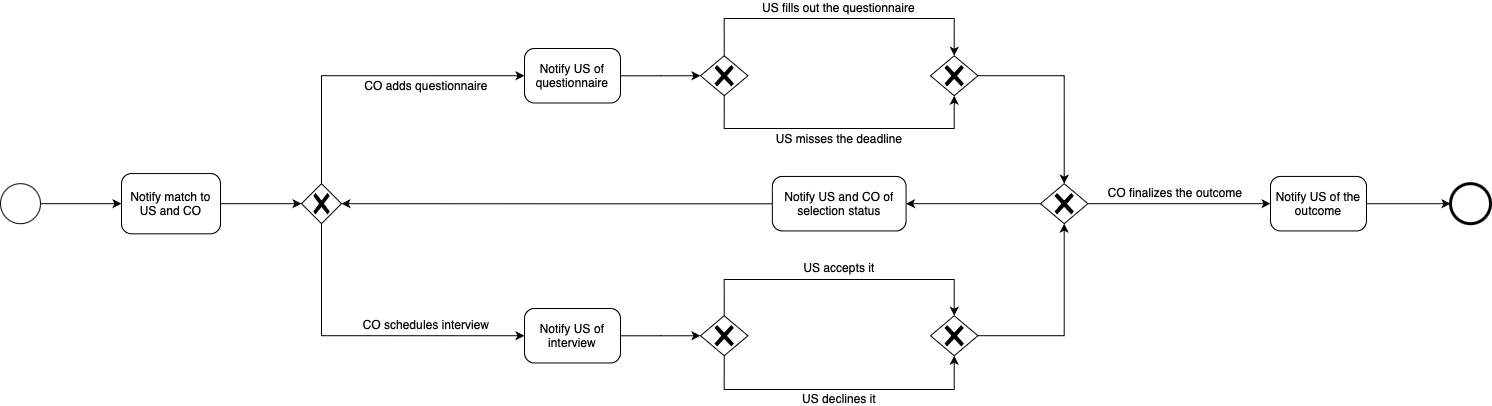
This is RASD/images/state-diagrams/selection-process.png from andreacarrara-polimi/RDD-SE2-POLIMI, a draw.io export, as it was before one commit. Source tidied: cells renumbered, new cells last; positions are measured from the earlier drawing's top-left corner, leaving out a move shared by most shapes.
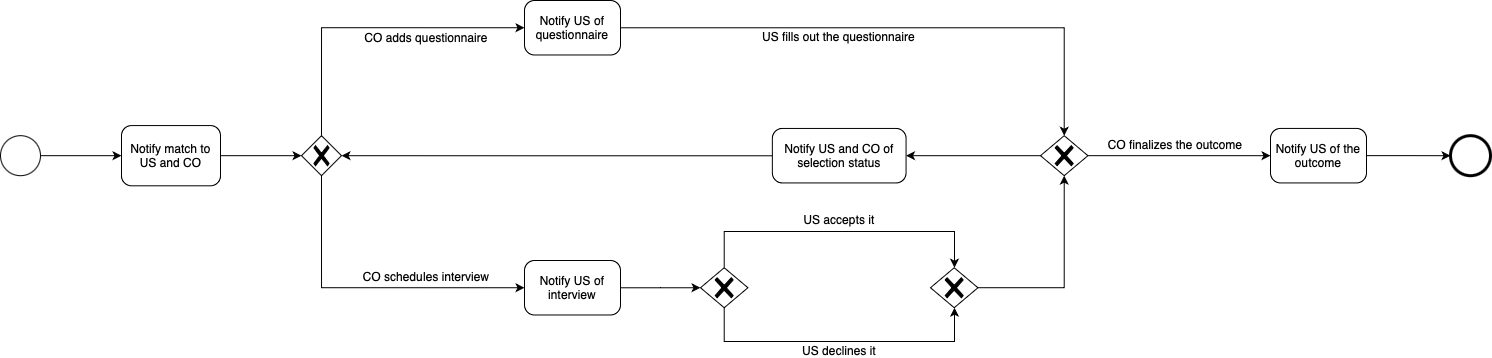
After the change.

The edit, as a diff of the source:
```diff
@@ -38,49 +38,21 @@
     <mxCell id="13" style="edgeStyle=orthogonalEdgeStyle;rounded=0;jettySize=auto;html=1;entryX=0;entryY=0.5;entryDx=0;entryDy=0;entryPerimeter=0;" parent="1" edge="1" source="12" target="11">
       <mxGeometry relative="1" as="geometry" />
     </mxCell>
-    <mxCell id="14" style="points=[[0.25,0.25,0],[0.5,0,0],[0.75,0.25,0],[1,0.5,0],[0.75,0.75,0],[0.5,1,0],[0.25,0.75,0],[0,0.5,0]];shape=mxgraph.bpmn.gateway2;html=1;verticalLabelPosition=bottom;labelBackgroundColor=#ffffff;verticalAlign=top;align=center;perimeter=rhombusPerimeter;outlineConnect=0;outline=none;symbol=none;gwType=exclusive;" parent="1" vertex="1">
-      <mxGeometry x="700" y="53.2" width="47.4" height="40" as="geometry" />
-    </mxCell>
     <mxCell id="15" value="&lt;font&gt;US fills out the questionnaire&lt;/font&gt;" style="text;html=1;strokeColor=none;fillColor=none;align=center;verticalAlign=middle;whiteSpace=wrap;rounded=0;" parent="1" vertex="1">
-      <mxGeometry x="760" width="157.4" height="10" as="geometry" />
+      <mxGeometry x="760" y="77" width="157.4" height="10" as="geometry" />
     </mxCell>
-    <mxCell id="16" value="&lt;font&gt;US misses the deadline&lt;/font&gt;" style="text;html=1;strokeColor=none;fillColor=none;align=center;verticalAlign=middle;whiteSpace=wrap;rounded=0;" parent="1" vertex="1">
-      <mxGeometry x="773.7" y="129" width="130" height="14.5" as="geometry" />
-    </mxCell>
-    <mxCell id="17" style="points=[[0.25,0.25,0],[0.5,0,0],[0.75,0.25,0],[1,0.5,0],[0.75,0.75,0],[0.5,1,0],[0.25,0.75,0],[0,0.5,0]];shape=mxgraph.bpmn.gateway2;html=1;verticalLabelPosition=bottom;labelBackgroundColor=#ffffff;verticalAlign=top;align=center;perimeter=rhombusPerimeter;outlineConnect=0;outline=none;symbol=none;gwType=exclusive;" parent="1" vertex="1">
-      <mxGeometry x="930" y="53.2" width="47.4" height="40" as="geometry" />
-    </mxCell>
-    <mxCell id="18" style="edgeStyle=orthogonalEdgeStyle;rounded=0;jettySize=auto;html=1;entryX=0.5;entryY=0;entryDx=0;entryDy=0;entryPerimeter=0;" parent="1" edge="1" source="17" target="8">
-      <mxGeometry relative="1" as="geometry" />
-    </mxCell>
     <mxCell id="19" style="edgeStyle=orthogonalEdgeStyle;rounded=0;jettySize=auto;html=1;entryX=0;entryY=0.5;entryDx=0;entryDy=0;entryPerimeter=0;exitX=0.5;exitY=1;exitDx=0;exitDy=0;exitPerimeter=0;" parent="1" edge="1" source="11" target="5">
       <mxGeometry relative="1" as="geometry" />
     </mxCell>
+    <mxCell id="38" style="edgeStyle=orthogonalEdgeStyle;rounded=0;jettySize=auto;html=1;" parent="1" edge="1" source="20" target="8">
+      <mxGeometry relative="1" as="geometry" />
+    </mxCell>
     <mxCell id="20" value="&lt;font&gt;Notify US of questionnaire&lt;/font&gt;" style="points=[[0.25,0,0],[0.5,0,0],[0.75,0,0],[1,0.25,0],[1,0.5,0],[1,0.75,0],[0.75,1,0],[0.5,1,0],[0.25,1,0],[0,0.75,0],[0,0.5,0],[0,0.25,0]];shape=mxgraph.bpmn.task;whiteSpace=wrap;rectStyle=rounded;size=10;html=1;taskMarker=abstract;" parent="1" vertex="1">
       <mxGeometry x="524" y="46" width="96" height="54.5" as="geometry" />
     </mxCell>
     <mxCell id="21" style="edgeStyle=orthogonalEdgeStyle;rounded=0;jettySize=auto;html=1;entryX=0;entryY=0.5;entryDx=0;entryDy=0;entryPerimeter=0;exitX=0.5;exitY=0;exitDx=0;exitDy=0;exitPerimeter=0;" parent="1" edge="1" source="11" target="20">
       <mxGeometry relative="1" as="geometry" />
     </mxCell>
-    <mxCell id="22" style="edgeStyle=orthogonalEdgeStyle;rounded=0;jettySize=auto;html=1;entryX=0;entryY=0.5;entryDx=0;entryDy=0;entryPerimeter=0;" parent="1" edge="1" source="20" target="14">
-      <mxGeometry relative="1" as="geometry" />
-    </mxCell>
-    <mxCell id="23" style="edgeStyle=orthogonalEdgeStyle;rounded=0;jettySize=auto;html=1;entryX=0.5;entryY=0;entryDx=0;entryDy=0;entryPerimeter=0;exitX=0.5;exitY=0;exitDx=0;exitDy=0;exitPerimeter=0;" parent="1" edge="1" source="14" target="17">
-      <mxGeometry relative="1" as="geometry">
-        <Array as="points">
-          <mxPoint x="724" y="16" />
-          <mxPoint x="954" y="16" />
-        </Array>
-      </mxGeometry>
-    </mxCell>
-    <mxCell id="24" style="edgeStyle=orthogonalEdgeStyle;rounded=0;jettySize=auto;html=1;entryX=0.5;entryY=1;entryDx=0;entryDy=0;entryPerimeter=0;exitX=0.5;exitY=1;exitDx=0;exitDy=0;exitPerimeter=0;" parent="1" edge="1" source="14" target="17">
-      <mxGeometry relative="1" as="geometry">
-        <Array as="points">
-          <mxPoint x="724" y="126" />
-          <mxPoint x="954" y="126" />
-        </Array>
-      </mxGeometry>
-    </mxCell>
     <mxCell id="25" style="points=[[0.25,0.25,0],[0.5,0,0],[0.75,0.25,0],[1,0.5,0],[0.75,0.75,0],[0.5,1,0],[0.25,0.75,0],[0,0.5,0]];shape=mxgraph.bpmn.gateway2;html=1;verticalLabelPosition=bottom;labelBackgroundColor=#ffffff;verticalAlign=top;align=center;perimeter=rhombusPerimeter;outlineConnect=0;outline=none;symbol=none;gwType=exclusive;" parent="1" vertex="1">
       <mxGeometry x="700" y="313.2" width="47.4" height="40" as="geometry" />
     </mxCell>
```
